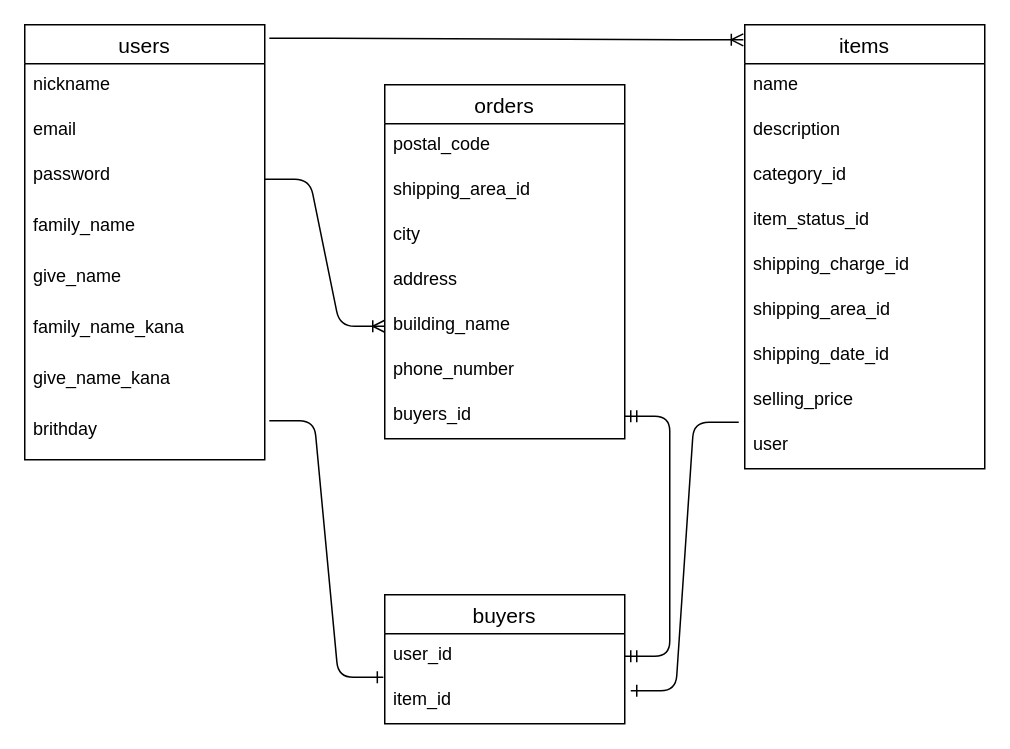
Earlier version of the draw.io diagram test.dio (daiki-tech/furima-34398). Source tidied: cells renumbered, new cells numbered last; positions are measured from the earlier drawing's top-left corner, leaving out a move shared by most shapes. Both pictures are drawn from the tidied source at 150%, with x=0, y=0 at pixel (24, 24).
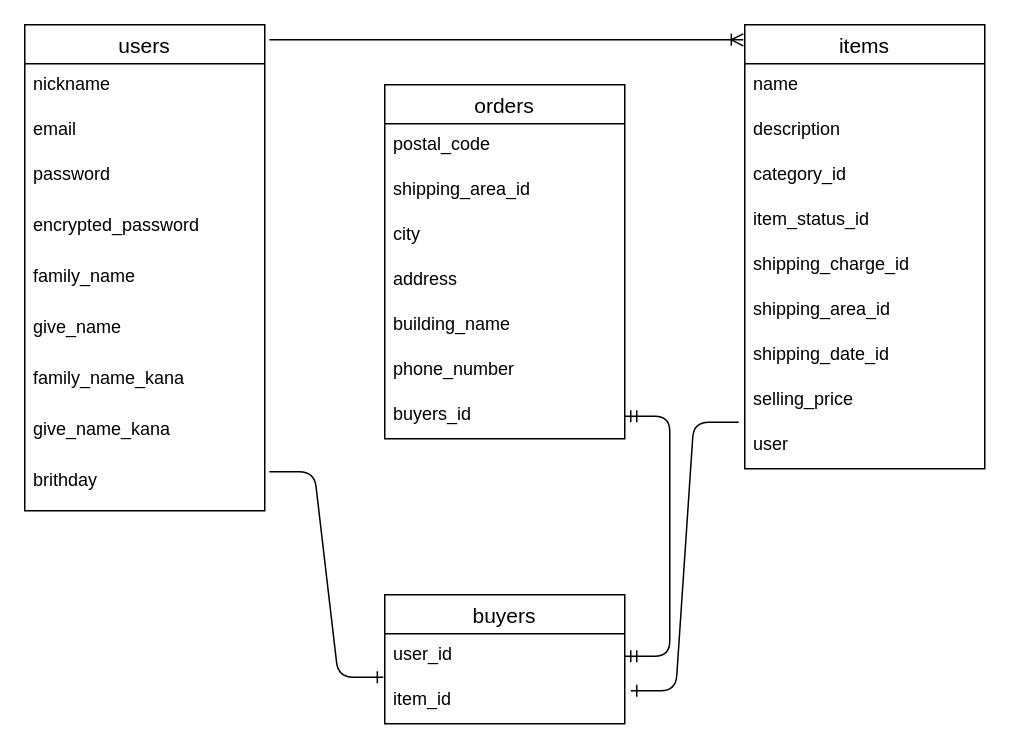
After the change.

The change refers to these unchanged cells:
```xml
<mxCell id="26" value="building_name" style="text;strokeColor=none;fillColor=none;spacingLeft=4;spacingRight=4;overflow=hidden;points=[[0,0.5],[1,0.5]];portConstraint=eastwest;fontSize=12;" parent="21" vertex="1">
  <mxGeometry y="146" width="160" height="30" as="geometry" />
</mxCell>
```

Change to the diagram source:
```diff
@@
     <mxCell id="2" value="users" style="swimlane;fontStyle=0;horizontal=1;startSize=26;align=center;fontSize=14;" parent="1" vertex="1">
-      <mxGeometry width="160" height="290" as="geometry" />
+      <mxGeometry width="160" height="324" as="geometry" />
     </mxCell>
@@
+    <mxCell id="37" value="password" style="text;strokeColor=none;fillColor=none;spacingLeft=4;spacingRight=4;overflow=hidden;fontSize=12;" parent="2" vertex="1">
+      <mxGeometry y="86" width="160" height="34" as="geometry" />
+    </mxCell>
-    <mxCell id="5" value="password" style="text;strokeColor=none;fillColor=none;spacingLeft=4;spacingRight=4;overflow=hidden;points=[[0,0.5],[1,0.5]];portConstraint=eastwest;fontSize=12;" parent="2" vertex="1">
-      <mxGeometry y="86" width="160" height="34" as="geometry" />
+    <mxCell id="5" value="encrypted_password" style="text;strokeColor=none;fillColor=none;spacingLeft=4;spacingRight=4;overflow=hidden;points=[[0,0.5],[1,0.5]];portConstraint=eastwest;fontSize=12;" parent="2" vertex="1">
+      <mxGeometry y="120" width="160" height="34" as="geometry" />
     </mxCell>
     <mxCell id="6" value="family_name" style="text;strokeColor=none;fillColor=none;spacingLeft=4;spacingRight=4;overflow=hidden;fontSize=12;" parent="2" vertex="1">
-      <mxGeometry y="120" width="160" height="34" as="geometry" />
+      <mxGeometry y="154" width="160" height="34" as="geometry" />
     </mxCell>
     <mxCell id="7" value="give_name" style="text;strokeColor=none;fillColor=none;spacingLeft=4;spacingRight=4;overflow=hidden;fontSize=12;" parent="2" vertex="1">
-      <mxGeometry y="154" width="160" height="34" as="geometry" />
+      <mxGeometry y="188" width="160" height="34" as="geometry" />
     </mxCell>
     <mxCell id="8" value="family_name_kana" style="text;strokeColor=none;fillColor=none;spacingLeft=4;spacingRight=4;overflow=hidden;fontSize=12;" parent="2" vertex="1">
-      <mxGeometry y="188" width="160" height="34" as="geometry" />
+      <mxGeometry y="222" width="160" height="34" as="geometry" />
     </mxCell>
     <mxCell id="9" value="give_name_kana" style="text;strokeColor=none;fillColor=none;spacingLeft=4;spacingRight=4;overflow=hidden;fontSize=12;" parent="2" vertex="1">
-      <mxGeometry y="222" width="160" height="34" as="geometry" />
+      <mxGeometry y="256" width="160" height="34" as="geometry" />
     </mxCell>
     <mxCell id="10" value="brithday" style="text;strokeColor=none;fillColor=none;spacingLeft=4;spacingRight=4;overflow=hidden;points=[[0,0.5],[1,0.5]];portConstraint=eastwest;fontSize=12;" parent="2" vertex="1">
-      <mxGeometry y="256" width="160" height="34" as="geometry" />
+      <mxGeometry y="290" width="160" height="34" as="geometry" />
     </mxCell>
@@
-    <mxCell id="34" style="edgeStyle=entityRelationEdgeStyle;fontSize=12;html=1;endArrow=ERoneToMany;exitX=1;exitY=0.5;exitDx=0;exitDy=0;entryX=0;entryY=0.5;entryDx=0;entryDy=0;" parent="1" edge="1" source="5" target="26">
-      <mxGeometry relative="1" as="geometry" />
-    </mxCell>
```
